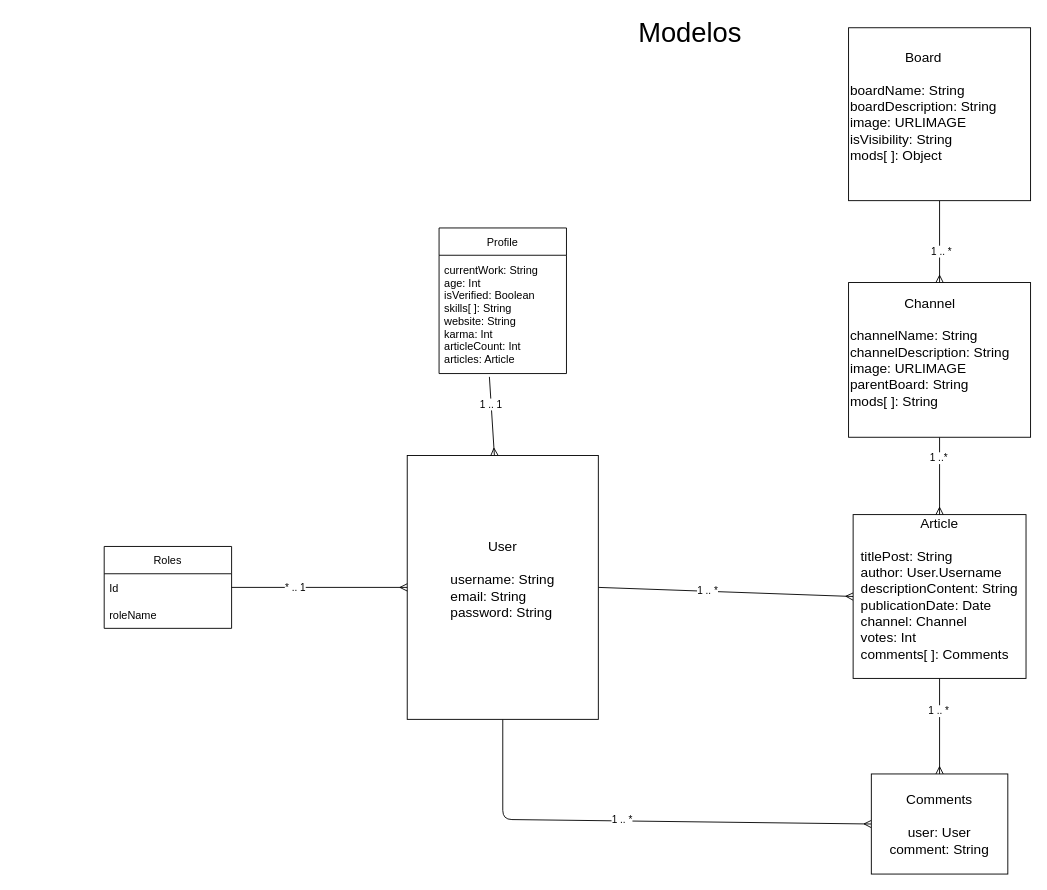
Before: page "Models" (1 of 3) of main.drawio in 0Mando/SocialNetworkAnalysis, a draw.io diagram. Source tidied: cells renumbered, new cells numbered last; positions are measured from the earlier drawing's top-left corner, leaving out a move shared by most shapes. Both pictures are drawn from the tidied source at 91%, with x=0, y=0 at pixel (104, 18).
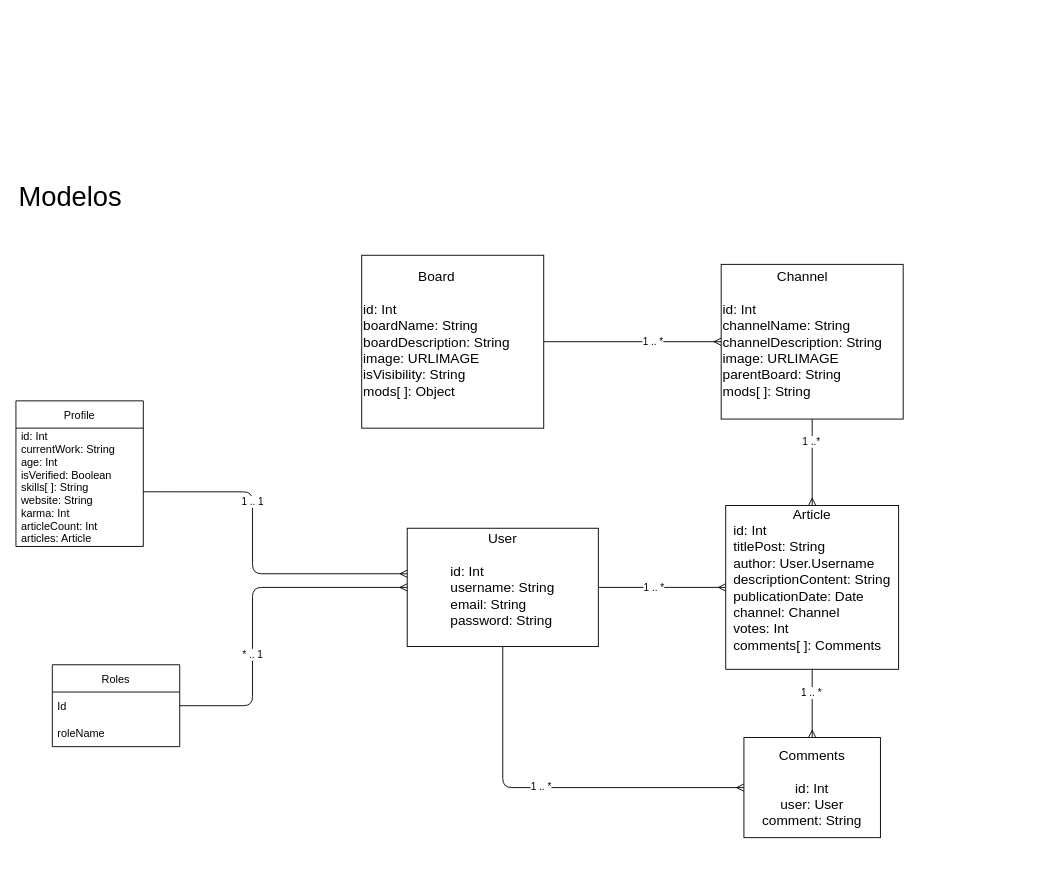
The same page after the edit.

Commit message (it also covers changes not shown here):
Models diagram

The change refers to these unchanged cells:
```xml
<mxCell id="19" value="Id" style="text;strokeColor=none;fillColor=none;align=left;verticalAlign=middle;spacingLeft=4;spacingRight=4;overflow=hidden;points=[[0,0.5],[1,0.5]];portConstraint=eastwest;" parent="18" vertex="1">
  <mxGeometry y="30" width="140" height="30" as="geometry" />
</mxCell>
```

The edit, as a diff of the source:
```diff
@@
     <mxCell id="2" value="Modelos" style="text;html=1;strokeColor=none;fillColor=none;align=center;verticalAlign=middle;whiteSpace=wrap;rounded=0;fontStyle=0;fontSize=30;" parent="1" vertex="1">
-      <mxGeometry x="614" width="60" height="30" as="geometry" />
+      <mxGeometry x="-67" y="180" width="60" height="30" as="geometry" />
     </mxCell>
@@
     <mxCell id="5" style="edgeStyle=none;html=1;exitX=0.5;exitY=1;exitDx=0;exitDy=0;entryX=0;entryY=0.5;entryDx=0;entryDy=0;endArrow=ERmany;endFill=0;" parent="1" edge="1" source="7" target="17">
       <mxGeometry relative="1" as="geometry">
         <Array as="points">
-          <mxPoint x="438" y="880" />
+          <mxPoint x="438" y="845" />
         </Array>
       </mxGeometry>
     </mxCell>
@@
-    <mxCell id="7" value="User&lt;br&gt;&lt;br&gt;&lt;div style=&quot;text-align: left&quot;&gt;&lt;span&gt;username: String&lt;/span&gt;&lt;/div&gt;&lt;div style=&quot;text-align: left&quot;&gt;&lt;span&gt;email: String&lt;/span&gt;&lt;/div&gt;&lt;div style=&quot;text-align: left&quot;&gt;&lt;span&gt;password: String&lt;/span&gt;&lt;/div&gt;&lt;div style=&quot;text-align: left&quot;&gt;&lt;br&gt;&lt;/div&gt;" style="rounded=0;whiteSpace=wrap;html=1;fontSize=15;" parent="1" vertex="1">
-      <mxGeometry x="333" y="480" width="210" height="290" as="geometry" />
+    <mxCell id="7" value="User&lt;br&gt;&lt;br&gt;&lt;div style=&quot;text-align: left&quot;&gt;&lt;span&gt;id: Int&lt;/span&gt;&lt;/div&gt;&lt;div style=&quot;text-align: left&quot;&gt;&lt;span&gt;username: String&lt;/span&gt;&lt;/div&gt;&lt;div style=&quot;text-align: left&quot;&gt;&lt;span&gt;email: String&lt;/span&gt;&lt;/div&gt;&lt;div style=&quot;text-align: left&quot;&gt;&lt;span&gt;password: String&lt;/span&gt;&lt;/div&gt;&lt;div style=&quot;text-align: left&quot;&gt;&lt;br&gt;&lt;/div&gt;" style="rounded=0;whiteSpace=wrap;html=1;fontSize=15;" parent="1" vertex="1">
+      <mxGeometry x="333" y="560" width="210" height="130" as="geometry" />
     </mxCell>
@@
-    <mxCell id="10" value="Article&lt;br&gt;&lt;br&gt;&lt;div style=&quot;text-align: left&quot;&gt;&lt;span&gt;titlePost: String&lt;/span&gt;&lt;/div&gt;&lt;div style=&quot;text-align: left&quot;&gt;&lt;span&gt;author: User.Username&lt;/span&gt;&lt;/div&gt;&lt;div style=&quot;text-align: left&quot;&gt;&lt;span&gt;descriptionContent: String&lt;/span&gt;&lt;/div&gt;&lt;div style=&quot;text-align: left&quot;&gt;publicationDate: Date&lt;/div&gt;&lt;div style=&quot;text-align: left&quot;&gt;channel: Channel&lt;/div&gt;&lt;div style=&quot;text-align: left&quot;&gt;votes: Int&lt;/div&gt;&lt;div style=&quot;text-align: left&quot;&gt;comments[ ]: Comments&lt;/div&gt;&lt;div style=&quot;text-align: left&quot;&gt;&lt;br&gt;&lt;/div&gt;" style="rounded=0;whiteSpace=wrap;html=1;fontSize=15;" parent="1" vertex="1">
-      <mxGeometry x="823" y="545" width="190" height="180" as="geometry" />
+    <mxCell id="10" value="Article&lt;br&gt;&lt;div style=&quot;text-align: left&quot;&gt;id: Int&lt;/div&gt;&lt;div style=&quot;text-align: left&quot;&gt;&lt;span&gt;titlePost: String&lt;/span&gt;&lt;/div&gt;&lt;div style=&quot;text-align: left&quot;&gt;&lt;span&gt;author: User.Username&lt;/span&gt;&lt;/div&gt;&lt;div style=&quot;text-align: left&quot;&gt;&lt;span&gt;descriptionContent: String&lt;/span&gt;&lt;/div&gt;&lt;div style=&quot;text-align: left&quot;&gt;publicationDate: Date&lt;/div&gt;&lt;div style=&quot;text-align: left&quot;&gt;channel: Channel&lt;/div&gt;&lt;div style=&quot;text-align: left&quot;&gt;votes: Int&lt;/div&gt;&lt;div style=&quot;text-align: left&quot;&gt;comments[ ]: Comments&lt;/div&gt;&lt;div style=&quot;text-align: left&quot;&gt;&lt;br&gt;&lt;/div&gt;" style="rounded=0;whiteSpace=wrap;html=1;fontSize=15;" parent="1" vertex="1">
+      <mxGeometry x="683" y="535" width="190" height="180" as="geometry" />
     </mxCell>
@@
-    <mxCell id="13" value="&lt;div style=&quot;text-align: center&quot;&gt;&lt;span&gt;Channel&lt;/span&gt;&lt;/div&gt;&lt;div&gt;&lt;span style=&quot;font-size: 15px&quot;&gt;&lt;br&gt;&lt;/span&gt;&lt;/div&gt;&lt;div&gt;&lt;div&gt;&lt;span&gt;channelName: String&lt;/span&gt;&lt;/div&gt;&lt;span&gt;&lt;div&gt;&lt;span&gt;channelDescription: String&lt;/span&gt;&lt;/div&gt;&lt;/span&gt;&lt;span&gt;&lt;div&gt;&lt;span&gt;image: URLIMAGE&lt;/span&gt;&lt;/div&gt;&lt;div&gt;parentBoard: String&lt;/div&gt;&lt;div&gt;mods[ ]: String&lt;/div&gt;&lt;div&gt;&lt;br&gt;&lt;/div&gt;&lt;/span&gt;&lt;/div&gt;" style="rounded=0;whiteSpace=wrap;html=1;fontSize=15;align=left;" parent="1" vertex="1">
-      <mxGeometry x="818" y="290" width="200" height="170" as="geometry" />
+    <mxCell id="13" value="&lt;div style=&quot;text-align: center&quot;&gt;&lt;span&gt;Channel&lt;/span&gt;&lt;/div&gt;&lt;div&gt;&lt;span style=&quot;font-size: 15px&quot;&gt;&lt;br&gt;&lt;/span&gt;&lt;/div&gt;&lt;div&gt;&lt;div&gt;&lt;span&gt;id: Int&lt;/span&gt;&lt;/div&gt;&lt;div&gt;&lt;span&gt;channelName: String&lt;/span&gt;&lt;/div&gt;&lt;span&gt;&lt;div&gt;&lt;span&gt;channelDescription: String&lt;/span&gt;&lt;/div&gt;&lt;/span&gt;&lt;span&gt;&lt;div&gt;&lt;span&gt;image: URLIMAGE&lt;/span&gt;&lt;/div&gt;&lt;div&gt;parentBoard: String&lt;/div&gt;&lt;div&gt;mods[ ]: String&lt;/div&gt;&lt;div&gt;&lt;br&gt;&lt;/div&gt;&lt;/span&gt;&lt;/div&gt;" style="rounded=0;whiteSpace=wrap;html=1;fontSize=15;align=left;" parent="1" vertex="1">
+      <mxGeometry x="678" y="270" width="200" height="170" as="geometry" />
     </mxCell>
-    <mxCell id="14" style="edgeStyle=none;html=1;exitX=0.5;exitY=1;exitDx=0;exitDy=0;endArrow=ERmany;endFill=0;" parent="1" edge="1" source="16" target="13">
+    <mxCell id="14" style="edgeStyle=none;html=1;exitX=1;exitY=0.5;exitDx=0;exitDy=0;endArrow=ERmany;endFill=0;" parent="1" edge="1" source="16" target="13">
       <mxGeometry relative="1" as="geometry" />
     </mxCell>
@@
-    <mxCell id="16" value="&lt;div style=&quot;text-align: center&quot;&gt;Board&lt;/div&gt;&lt;div style=&quot;text-align: center&quot;&gt;&lt;br&gt;&lt;/div&gt;&lt;div&gt;&lt;div&gt;&lt;span&gt;boardName: String&lt;/span&gt;&lt;/div&gt;&lt;span&gt;&lt;div&gt;&lt;span&gt;boardDescription: String&lt;/span&gt;&lt;/div&gt;&lt;/span&gt;&lt;span&gt;&lt;div&gt;&lt;span&gt;image: URLIMAGE&lt;/span&gt;&lt;/div&gt;&lt;div&gt;isVisibility: String&lt;/div&gt;&lt;div&gt;mods[ ]: Object&lt;/div&gt;&lt;div&gt;&lt;br&gt;&lt;/div&gt;&lt;/span&gt;&lt;/div&gt;" style="rounded=0;whiteSpace=wrap;html=1;fontSize=15;align=left;" parent="1" vertex="1">
-      <mxGeometry x="818" y="10" width="200" height="190" as="geometry" />
+    <mxCell id="16" value="&lt;div style=&quot;text-align: center&quot;&gt;Board&lt;/div&gt;&lt;div style=&quot;text-align: center&quot;&gt;&lt;br&gt;&lt;/div&gt;&lt;div&gt;&lt;div&gt;&lt;span&gt;id: Int&lt;/span&gt;&lt;/div&gt;&lt;div&gt;&lt;span&gt;boardName: String&lt;/span&gt;&lt;/div&gt;&lt;span&gt;&lt;div&gt;&lt;span&gt;boardDescription: String&lt;/span&gt;&lt;/div&gt;&lt;/span&gt;&lt;span&gt;&lt;div&gt;&lt;span&gt;image: URLIMAGE&lt;/span&gt;&lt;/div&gt;&lt;div&gt;isVisibility: String&lt;/div&gt;&lt;div&gt;mods[ ]: Object&lt;/div&gt;&lt;div&gt;&lt;br&gt;&lt;/div&gt;&lt;/span&gt;&lt;/div&gt;" style="rounded=0;whiteSpace=wrap;html=1;fontSize=15;align=left;" parent="1" vertex="1">
+      <mxGeometry x="283" y="260" width="200" height="190" as="geometry" />
     </mxCell>
-    <mxCell id="17" value="Comments&lt;br&gt;&lt;br&gt;user: User&lt;br&gt;comment: String" style="whiteSpace=wrap;html=1;fontSize=15;" parent="1" vertex="1">
-      <mxGeometry x="843" y="830" width="150" height="110" as="geometry" />
+    <mxCell id="17" value="Comments&lt;br&gt;&lt;br&gt;id: Int&lt;br&gt;user: User&lt;br&gt;comment: String" style="whiteSpace=wrap;html=1;fontSize=15;" parent="1" vertex="1">
+      <mxGeometry x="703" y="790" width="150" height="110" as="geometry" />
     </mxCell>
     <mxCell id="18" value="Roles" style="swimlane;fontStyle=0;horizontal=1;startSize=30;" parent="1" vertex="1">
-      <mxGeometry y="580" width="140" height="90" as="geometry" />
+      <mxGeometry x="-57" y="710" width="140" height="90" as="geometry" />
     </mxCell>
@@
     <mxCell id="21" style="edgeStyle=none;html=1;exitX=1;exitY=0.5;exitDx=0;exitDy=0;entryX=0;entryY=0.5;entryDx=0;entryDy=0;endArrow=ERmany;endFill=0;" parent="1" edge="1" source="19" target="7">
-      <mxGeometry relative="1" as="geometry" />
+      <mxGeometry relative="1" as="geometry">
+        <Array as="points">
+          <mxPoint x="163" y="755" />
+          <mxPoint x="163" y="625" />
+        </Array>
+      </mxGeometry>
     </mxCell>
@@
     <mxCell id="23" value="Profile" style="swimlane;fontStyle=0;horizontal=1;startSize=30;" parent="1" vertex="1">
-      <mxGeometry x="368" y="230" width="140" height="160" as="geometry" />
+      <mxGeometry x="-97" y="420" width="140" height="160" as="geometry" />
     </mxCell>
-    <mxCell id="24" value="currentWork: String&#10;age: Int&#10;isVerified: Boolean&#10;skills[ ]: String&#10;website: String&#10;karma: Int&#10;articleCount: Int&#10;articles: Article" style="text;strokeColor=none;fillColor=none;align=left;verticalAlign=middle;spacingLeft=4;spacingRight=4;overflow=hidden;points=[[0,0.5],[1,0.5]];portConstraint=eastwest;" parent="23" vertex="1">
+    <mxCell id="24" value="id: Int&#10;currentWork: String&#10;age: Int&#10;isVerified: Boolean&#10;skills[ ]: String&#10;website: String&#10;karma: Int&#10;articleCount: Int&#10;articles: Article" style="text;strokeColor=none;fillColor=none;align=left;verticalAlign=middle;spacingLeft=4;spacingRight=4;overflow=hidden;points=[[0,0.5],[1,0.5]];portConstraint=eastwest;" parent="23" vertex="1">
       <mxGeometry y="30" width="140" height="130" as="geometry" />
     </mxCell>
-    <mxCell id="25" style="edgeStyle=none;html=1;endArrow=ERmany;endFill=0;exitX=0.395;exitY=1.028;exitDx=0;exitDy=0;exitPerimeter=0;" parent="1" edge="1" source="24" target="7">
-      <mxGeometry relative="1" as="geometry" />
+    <mxCell id="25" style="edgeStyle=none;html=1;endArrow=ERmany;endFill=0;exitX=1;exitY=0.538;exitDx=0;exitDy=0;exitPerimeter=0;" parent="1" edge="1" source="24">
+      <mxGeometry relative="1" as="geometry">
+        <mxPoint x="333" y="610" as="targetPoint" />
+        <Array as="points">
+          <mxPoint x="163" y="520" />
+          <mxPoint x="163" y="610" />
+        </Array>
+      </mxGeometry>
     </mxCell>
```
